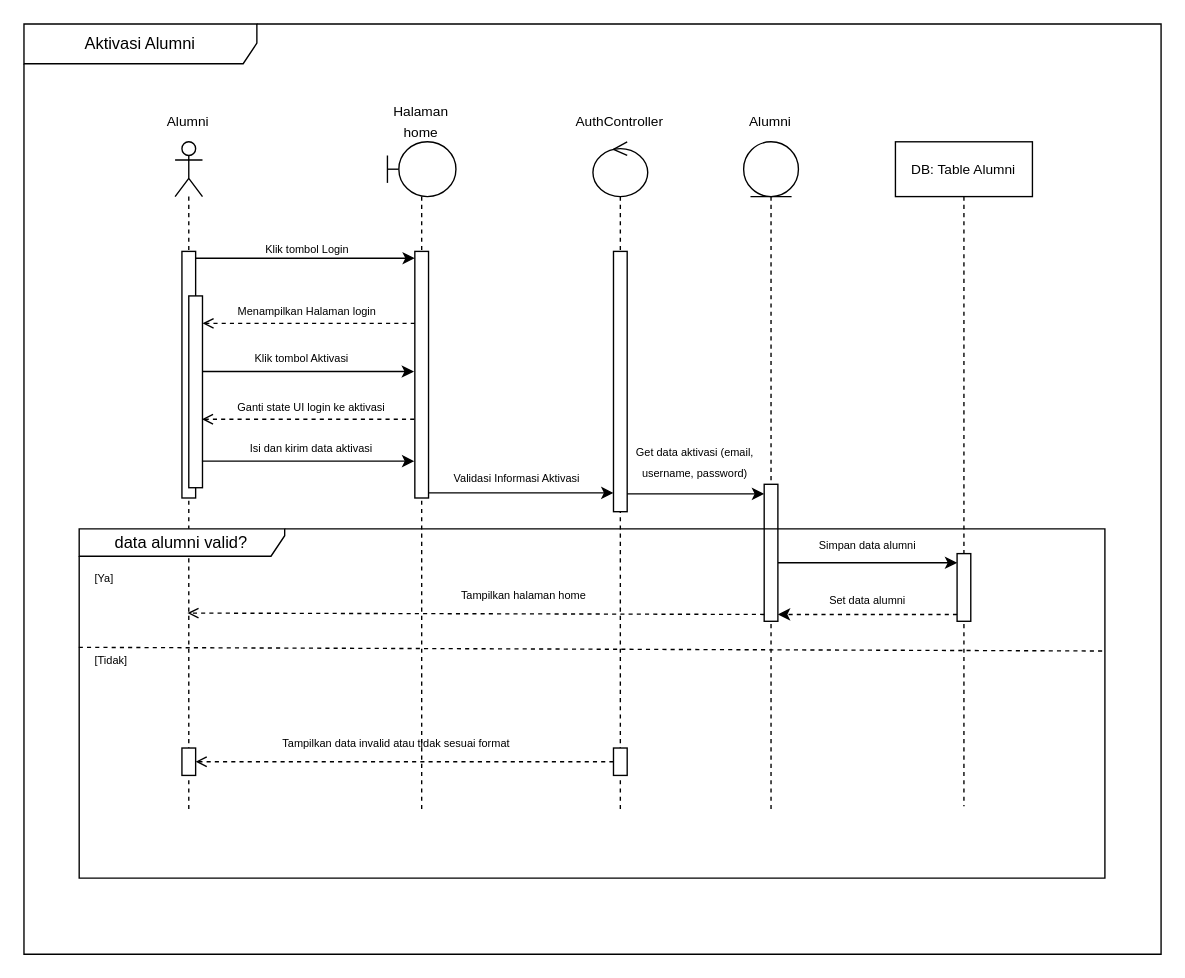
This is page "Seq D. Aktivasi" (9 of 13) of PBL5.drawio from agungsaraswati/diagram_pbl5, a draw.io file, before an edit. Source tidied: cells renumbered, new cells numbered last; positions are measured from the earlier drawing's top-left corner, leaving out a move shared by most shapes. Both pictures are drawn from the tidied source at 137%, with x=0, y=0 at pixel (23, 23).
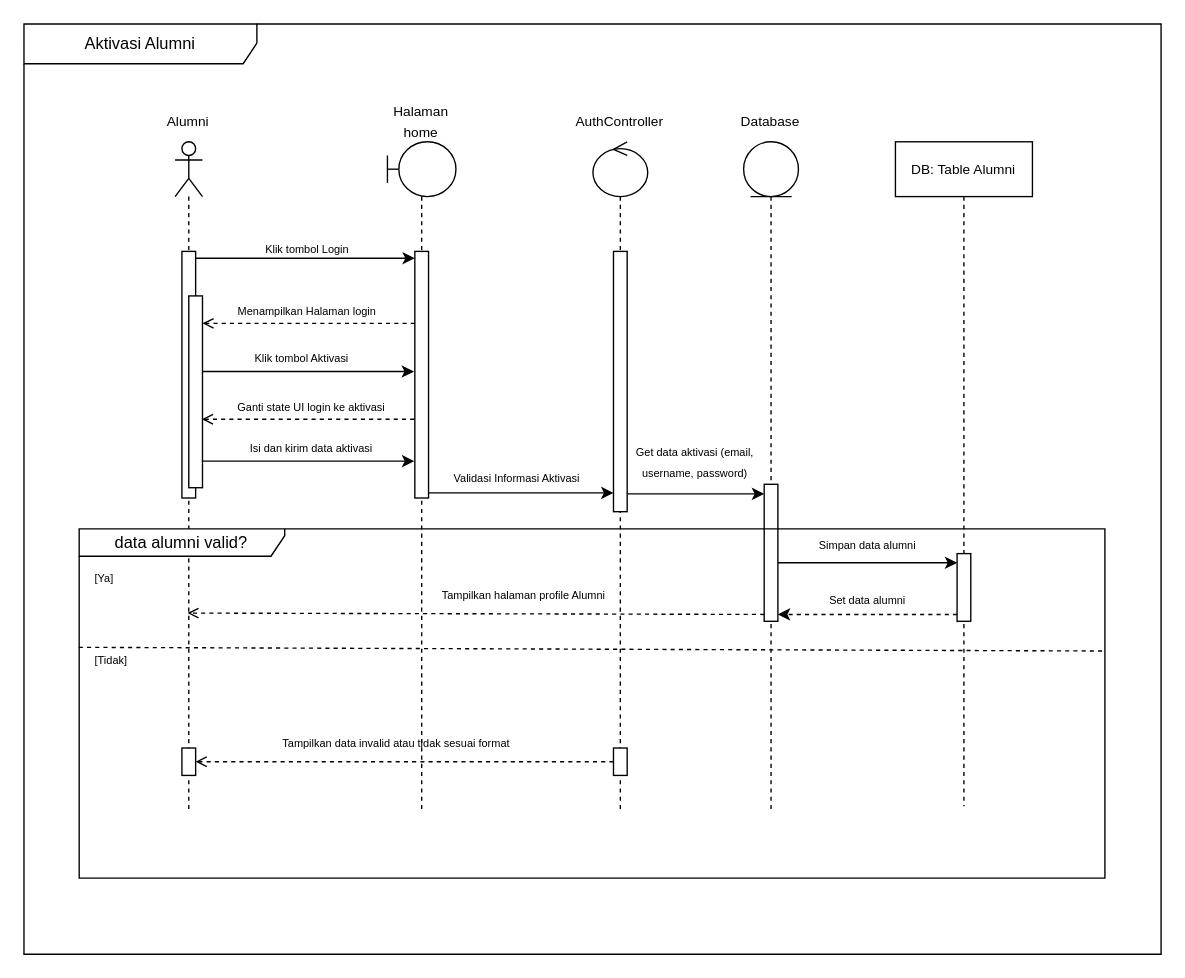
The same diagram, later.

Diff of the diagram source:
```diff
@@
-    <mxCell id="22" value="&lt;font size=&quot;1&quot;&gt;Alumni&lt;/font&gt;" style="text;html=1;align=center;verticalAlign=middle;whiteSpace=wrap;rounded=0;" parent="1" vertex="1">
+    <mxCell id="22" value="&lt;font size=&quot;1&quot;&gt;Database&lt;/font&gt;" style="text;html=1;align=center;verticalAlign=middle;whiteSpace=wrap;rounded=0;" parent="1" vertex="1">
       <mxGeometry x="515.3" y="56" width="60" height="30" as="geometry" />
     </mxCell>
@@
-    <mxCell id="26" value="&lt;span style=&quot;font-size: 8px;&quot;&gt;Tampilkan halaman home&lt;/span&gt;" style="text;html=1;align=center;verticalAlign=middle;whiteSpace=wrap;rounded=0;" parent="1" vertex="1">
+    <mxCell id="26" value="&lt;span style=&quot;font-size: 8px;&quot;&gt;Tampilkan halaman profile Alumni&lt;/span&gt;" style="text;html=1;align=center;verticalAlign=middle;whiteSpace=wrap;rounded=0;" parent="1" vertex="1">
       <mxGeometry x="300.3" y="401" width="130" height="30" as="geometry" />
     </mxCell>
```
